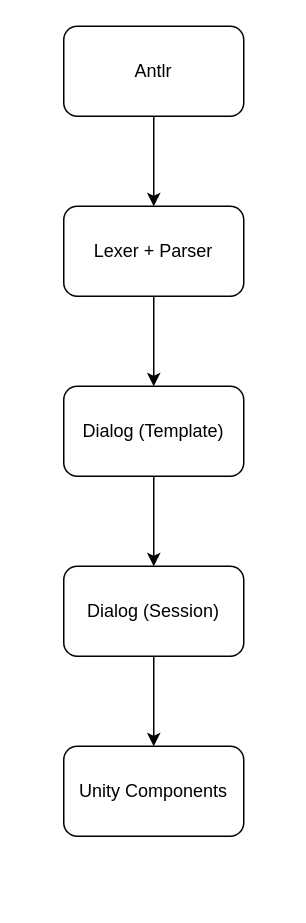
Before: docs/Docs.drawio in praschl/Loom, a draw.io diagram. Source tidied: cells renumbered, new cells numbered last; positions are measured from the earlier drawing's top-left corner, leaving out a move shared by most shapes. Both pictures are drawn from the tidied source at 150%, with x=0, y=0 at pixel (63, 26).
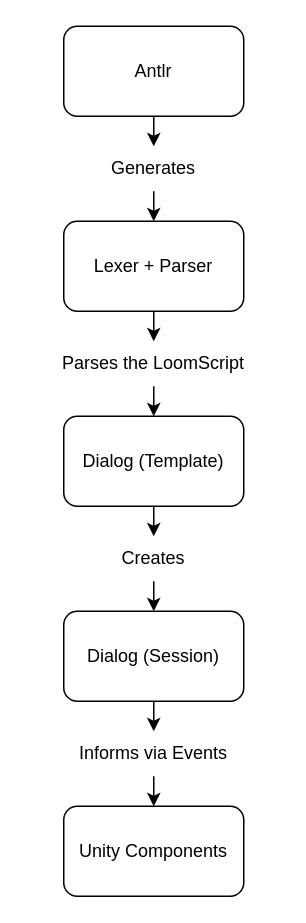
After the change.

Change to the diagram source:
```diff
@@
 <mxGraphModel>
   <root>
     <mxCell id="0" />
     <mxCell id="1" parent="0" />
-    <mxCell id="2" style="edgeStyle=orthogonalEdgeStyle;rounded=0;jettySize=auto;html=1;exitX=0.5;exitY=1;exitDx=0;exitDy=0;entryX=0.5;entryY=0;entryDx=0;entryDy=0;" parent="1" edge="1" source="3" target="5">
+    <mxCell id="2" style="edgeStyle=orthogonalEdgeStyle;rounded=0;jettySize=auto;html=1;exitX=0.5;exitY=1;exitDx=0;exitDy=0;entryX=0.5;entryY=0;entryDx=0;entryDy=0;" parent="1" edge="1" source="12" target="5">
       <mxGeometry relative="1" as="geometry" />
     </mxCell>
     <mxCell id="3" value="Antlr" style="rounded=1;whiteSpace=wrap;html=1;" parent="1" vertex="1">
       <mxGeometry width="120" height="60" as="geometry" />
     </mxCell>
-    <mxCell id="4" style="edgeStyle=orthogonalEdgeStyle;rounded=0;jettySize=auto;html=1;exitX=0.5;exitY=1;exitDx=0;exitDy=0;entryX=0.5;entryY=0;entryDx=0;entryDy=0;" parent="1" edge="1" source="5" target="9">
-      <mxGeometry relative="1" as="geometry" />
-    </mxCell>
     <mxCell id="5" value="Lexer + Parser" style="rounded=1;whiteSpace=wrap;html=1;" parent="1" vertex="1">
-      <mxGeometry y="120" width="120" height="60" as="geometry" />
+      <mxGeometry y="130" width="120" height="60" as="geometry" />
     </mxCell>
-    <mxCell id="6" style="edgeStyle=orthogonalEdgeStyle;rounded=0;jettySize=auto;html=1;exitX=0.5;exitY=1;exitDx=0;exitDy=0;entryX=0.5;entryY=0;entryDx=0;entryDy=0;" parent="1" edge="1" source="7" target="10">
+    <mxCell id="6" style="edgeStyle=orthogonalEdgeStyle;rounded=0;jettySize=auto;html=1;exitX=0.5;exitY=1;exitDx=0;exitDy=0;entryX=0.5;entryY=0;entryDx=0;entryDy=0;" parent="1" edge="1" source="19" target="10">
       <mxGeometry relative="1" as="geometry" />
     </mxCell>
     <mxCell id="7" value="Dialog (Session)" style="rounded=1;whiteSpace=wrap;html=1;" parent="1" vertex="1">
-      <mxGeometry y="360" width="120" height="60" as="geometry" />
+      <mxGeometry y="390" width="120" height="60" as="geometry" />
     </mxCell>
-    <mxCell id="8" style="edgeStyle=orthogonalEdgeStyle;rounded=0;jettySize=auto;html=1;exitX=0.5;exitY=1;exitDx=0;exitDy=0;entryX=0.5;entryY=0;entryDx=0;entryDy=0;" parent="1" edge="1" source="9" target="7">
+    <mxCell id="8" style="edgeStyle=orthogonalEdgeStyle;rounded=0;jettySize=auto;html=1;exitX=0.5;exitY=1;exitDx=0;exitDy=0;entryX=0.5;entryY=0;entryDx=0;entryDy=0;" parent="1" edge="1" source="17" target="7">
       <mxGeometry relative="1" as="geometry" />
     </mxCell>
     <mxCell id="9" value="Dialog (Template)" style="rounded=1;whiteSpace=wrap;html=1;" parent="1" vertex="1">
-      <mxGeometry y="240" width="120" height="60" as="geometry" />
+      <mxGeometry y="260" width="120" height="60" as="geometry" />
     </mxCell>
     <mxCell id="10" value="Unity Components" style="rounded=1;whiteSpace=wrap;html=1;" parent="1" vertex="1">
-      <mxGeometry y="480" width="120" height="60" as="geometry" />
+      <mxGeometry y="520" width="120" height="60" as="geometry" />
     </mxCell>
+    <mxCell id="11" style="edgeStyle=orthogonalEdgeStyle;rounded=0;jettySize=auto;html=1;exitX=0.5;exitY=1;exitDx=0;exitDy=0;entryX=0.5;entryY=0;entryDx=0;entryDy=0;" parent="1" edge="1" source="3" target="12">
+      <mxGeometry relative="1" as="geometry" />
+    </mxCell>
+    <mxCell id="12" value="Generates" style="text;html=1;whiteSpace=wrap;strokeColor=none;fillColor=none;align=center;verticalAlign=middle;rounded=0;" parent="1" vertex="1">
+      <mxGeometry x="30" y="80" width="60" height="30" as="geometry" />
+    </mxCell>
+    <mxCell id="13" style="endArrow=classic;html=1;rounded=0;entryX=0.5;entryY=0;entryDx=0;entryDy=0;exitX=0.5;exitY=1;exitDx=0;exitDy=0;" parent="1" edge="1" source="15" target="9">
+      <mxGeometry relative="1" as="geometry" />
+    </mxCell>
+    <mxCell id="14" style="endArrow=classic;html=1;rounded=0;entryX=0.5;entryY=0;entryDx=0;entryDy=0;exitX=0.5;exitY=1;exitDx=0;exitDy=0;" parent="1" edge="1" source="5" target="15">
+      <mxGeometry relative="1" as="geometry" />
+    </mxCell>
+    <mxCell id="15" value="Parses the LoomScript" style="text;html=1;whiteSpace=wrap;strokeColor=none;fillColor=none;align=center;verticalAlign=middle;rounded=0;" parent="1" vertex="1">
+      <mxGeometry x="-25" y="210" width="170" height="30" as="geometry" />
+    </mxCell>
+    <mxCell id="16" style="edgeStyle=orthogonalEdgeStyle;rounded=0;jettySize=auto;html=1;exitX=0.5;exitY=1;exitDx=0;exitDy=0;entryX=0.5;entryY=0;entryDx=0;entryDy=0;" parent="1" edge="1" source="9" target="17">
+      <mxGeometry relative="1" as="geometry" />
+    </mxCell>
+    <mxCell id="17" value="Creates" style="text;html=1;whiteSpace=wrap;strokeColor=none;fillColor=none;align=center;verticalAlign=middle;rounded=0;" parent="1" vertex="1">
+      <mxGeometry x="10" y="340" width="100" height="30" as="geometry" />
+    </mxCell>
+    <mxCell id="18" style="edgeStyle=orthogonalEdgeStyle;rounded=0;jettySize=auto;html=1;exitX=0.5;exitY=1;exitDx=0;exitDy=0;entryX=0.5;entryY=0;entryDx=0;entryDy=0;" parent="1" edge="1" source="7" target="19">
+      <mxGeometry relative="1" as="geometry" />
+    </mxCell>
+    <mxCell id="19" value="Informs via Events" style="text;html=1;whiteSpace=wrap;strokeColor=none;fillColor=none;align=center;verticalAlign=middle;rounded=0;" parent="1" vertex="1">
+      <mxGeometry y="470" width="120" height="30" as="geometry" />
+    </mxCell>
   </root>
 </mxGraphModel>
```
